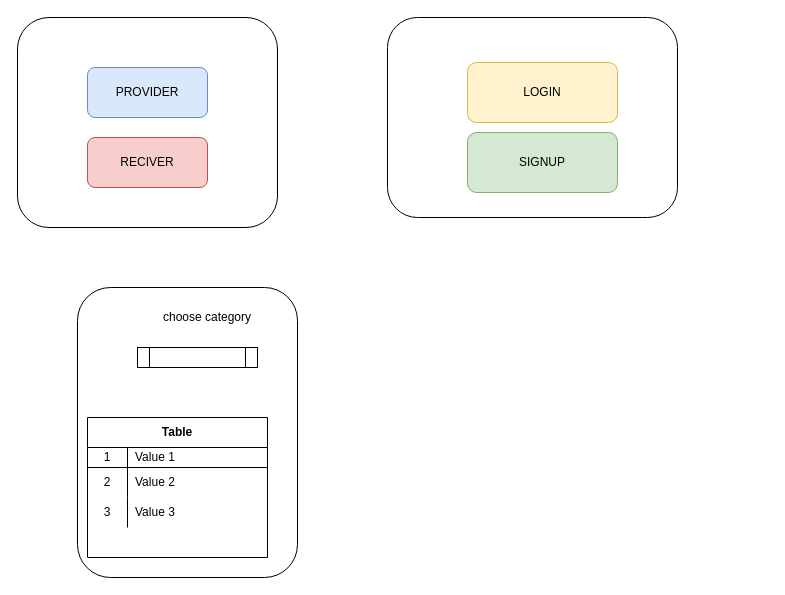
The draw.io diagram Tor4u-Diagram.drawio in danah2139/Tor4u, before the edit. Source tidied: cells renumbered, new cells numbered last; positions are measured from the earlier drawing's top-left corner, leaving out a move shared by most shapes. Both pictures are drawn from the tidied source at 100%, with x=0, y=0 at pixel (17, 17).
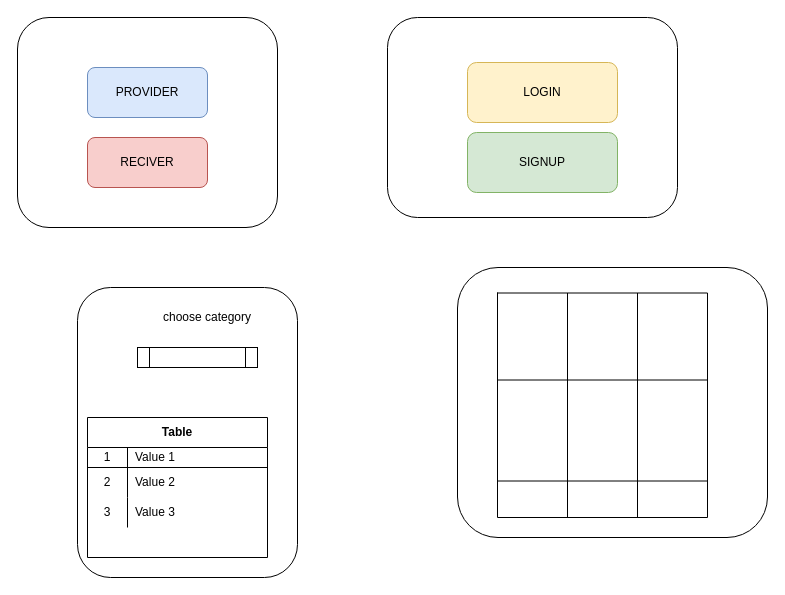
The same diagram, later.

What changed in the source:
```diff
@@
+    <mxCell id="21" style="rounded=1;whiteSpace=wrap;html=1;" parent="1" vertex="1">
+      <mxGeometry x="440" y="250" width="310" height="270" as="geometry" />
+    </mxCell>
+    <mxCell id="22" style="shape=table;html=1;whiteSpace=wrap;startSize=0;childLayout=tableLayout;" parent="1" vertex="1">
+      <mxGeometry x="480" y="275.5" width="210" height="224.5" as="geometry" />
+    </mxCell>
+    <mxCell id="23" style="shape=partialRectangle;html=1;whiteSpace=wrap;fillColor=none;top=0;left=0;bottom=0;right=0;" parent="22" vertex="1">
+      <mxGeometry width="210" height="87" as="geometry" />
+    </mxCell>
+    <mxCell id="24" style="shape=partialRectangle;html=1;whiteSpace=wrap;fillColor=none;top=0;left=0;bottom=0;right=0;overflow=hidden;" parent="23" vertex="1">
+      <mxGeometry width="70" height="87" as="geometry" />
+    </mxCell>
+    <mxCell id="25" style="shape=partialRectangle;html=1;whiteSpace=wrap;fillColor=none;top=0;left=0;bottom=0;right=0;overflow=hidden;" parent="23" vertex="1">
+      <mxGeometry x="70" width="70" height="87" as="geometry" />
+    </mxCell>
+    <mxCell id="26" style="shape=partialRectangle;html=1;whiteSpace=wrap;fillColor=none;top=0;left=0;bottom=0;right=0;overflow=hidden;" parent="23" vertex="1">
+      <mxGeometry x="140" width="70" height="87" as="geometry" />
+    </mxCell>
+    <mxCell id="27" style="shape=partialRectangle;html=1;whiteSpace=wrap;fillColor=none;top=0;left=0;bottom=0;right=0;" parent="22" vertex="1">
+      <mxGeometry y="87" width="210" height="101" as="geometry" />
+    </mxCell>
+    <mxCell id="28" style="shape=partialRectangle;html=1;whiteSpace=wrap;fillColor=none;top=0;left=0;bottom=0;right=0;overflow=hidden;" parent="27" vertex="1">
+      <mxGeometry width="70" height="101" as="geometry" />
+    </mxCell>
+    <mxCell id="29" style="shape=partialRectangle;html=1;whiteSpace=wrap;fillColor=none;top=0;left=0;bottom=0;right=0;overflow=hidden;" parent="27" vertex="1">
+      <mxGeometry x="70" width="70" height="101" as="geometry" />
+    </mxCell>
+    <mxCell id="30" style="shape=partialRectangle;html=1;whiteSpace=wrap;fillColor=none;top=0;left=0;bottom=0;right=0;overflow=hidden;" parent="27" vertex="1">
+      <mxGeometry x="140" width="70" height="101" as="geometry" />
+    </mxCell>
+    <mxCell id="31" style="shape=partialRectangle;html=1;whiteSpace=wrap;fillColor=none;top=0;left=0;bottom=0;right=0;" parent="22" vertex="1">
+      <mxGeometry y="188" width="210" height="37" as="geometry" />
+    </mxCell>
+    <mxCell id="32" style="shape=partialRectangle;html=1;whiteSpace=wrap;fillColor=none;top=0;left=0;bottom=0;right=0;overflow=hidden;" parent="31" vertex="1">
+      <mxGeometry width="70" height="37" as="geometry" />
+    </mxCell>
+    <mxCell id="33" style="shape=partialRectangle;html=1;whiteSpace=wrap;fillColor=none;top=0;left=0;bottom=0;right=0;overflow=hidden;" parent="31" vertex="1">
+      <mxGeometry x="70" width="70" height="37" as="geometry" />
+    </mxCell>
+    <mxCell id="34" style="shape=partialRectangle;html=1;whiteSpace=wrap;fillColor=none;top=0;left=0;bottom=0;right=0;overflow=hidden;" parent="31" vertex="1">
+      <mxGeometry x="140" width="70" height="37" as="geometry" />
+    </mxCell>
```
